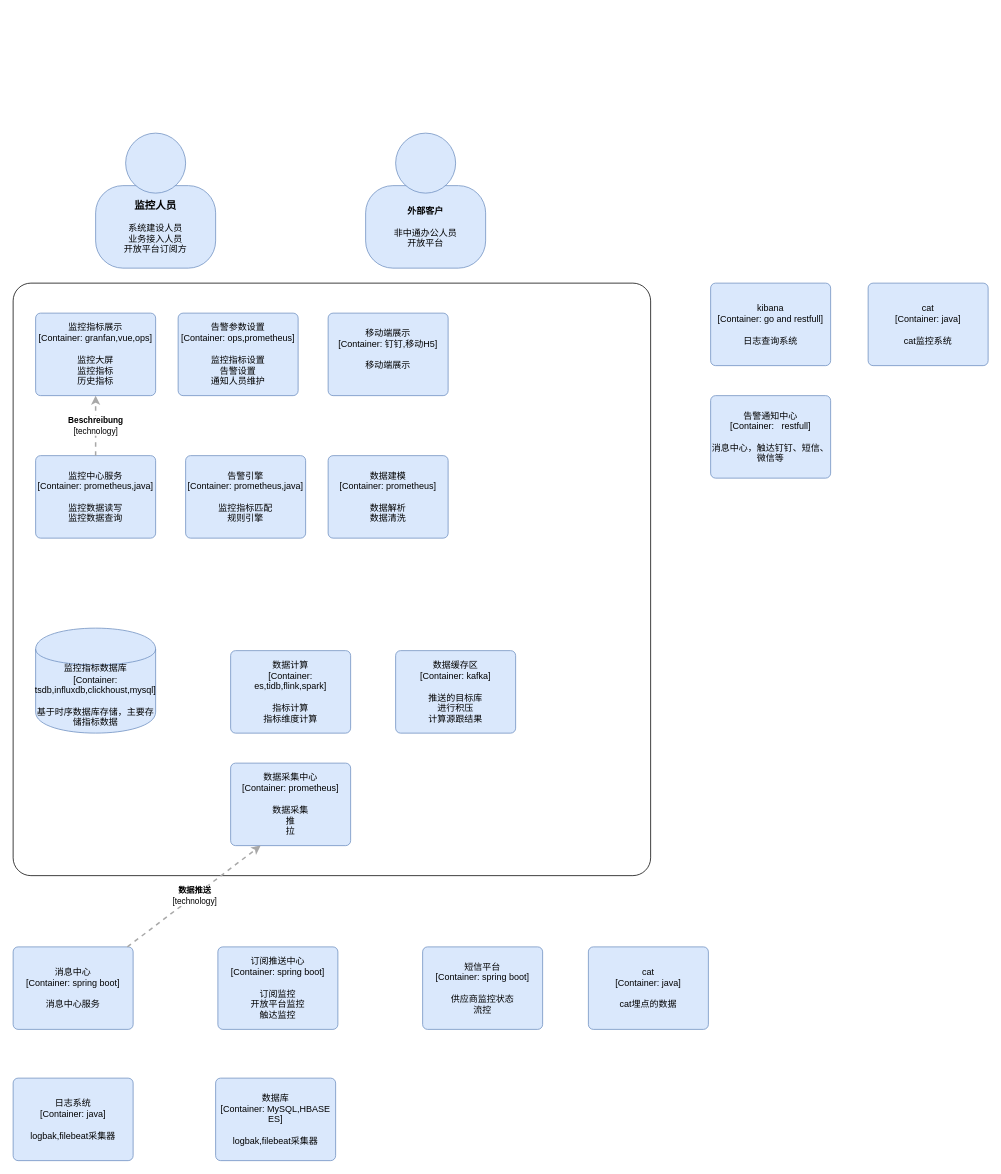
This is page "Page-1" (1 of 2) of Untitled Diagram.drawio from qq240996777/config_test, a draw.io file, before an edit. Source tidied: cells renumbered, new cells numbered last; positions are measured from the earlier drawing's top-left corner, leaving out a move shared by most shapes. Both pictures are drawn from the tidied source at 75%, with x=0, y=0 at pixel (13, 133).
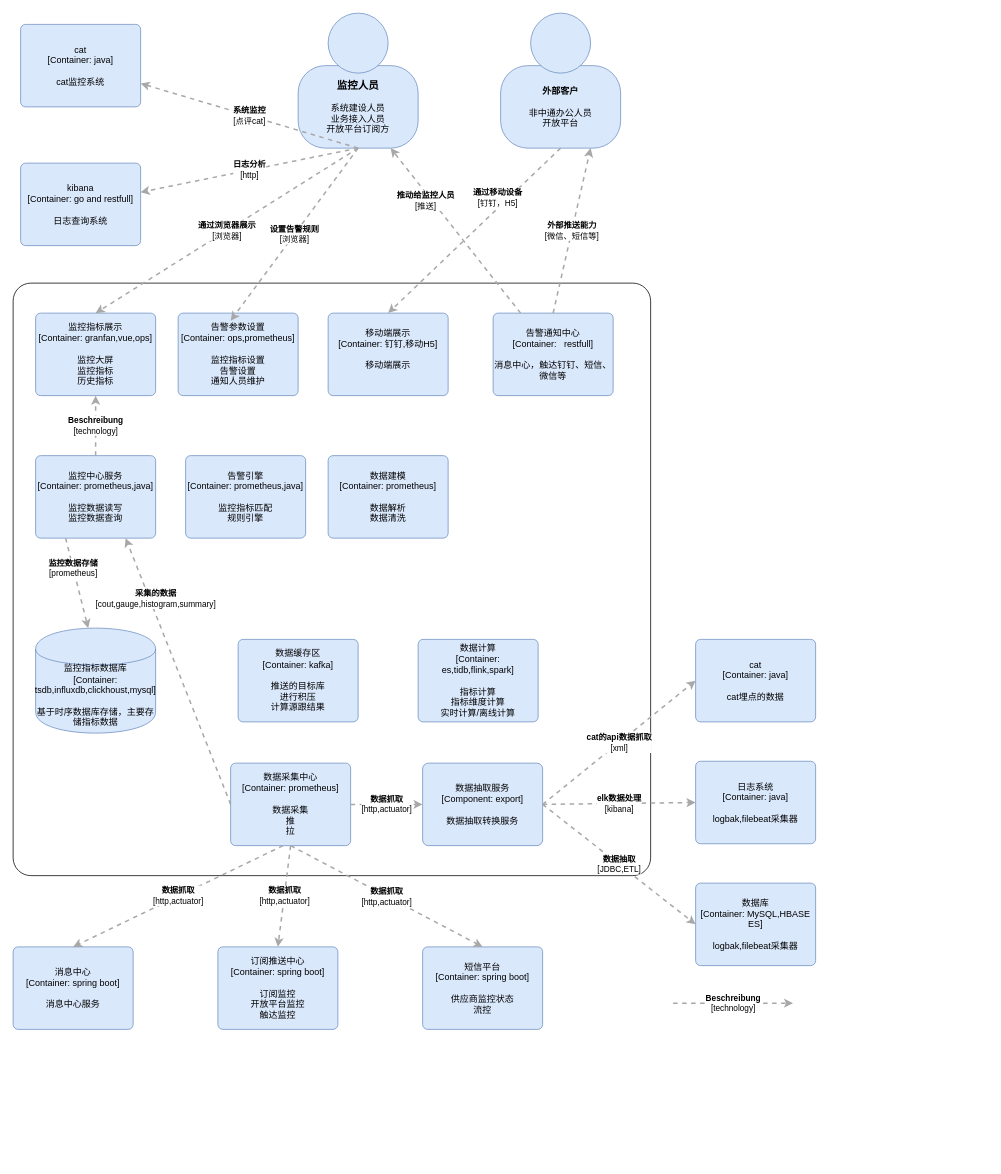
The same diagram, later.

The change refers to these unchanged cells:
```xml
<mxCell id="4" value="&lt;font style=&quot;font-size: 14px&quot;&gt;&lt;b&gt;监控人员&lt;/b&gt;&lt;/font&gt;&lt;br&gt;&lt;div&gt;&lt;br&gt;&lt;/div&gt;&lt;div&gt;系统建设人员&lt;/div&gt;&lt;div&gt;业务接入人员&lt;/div&gt;&lt;div&gt;开放平台订阅方&lt;/div&gt;" style="rounded=1;whiteSpace=wrap;html=1;labelBackgroundColor=none;fillColor=#dae8fc;fontColor=#000000;align=center;arcSize=33;strokeColor=#6c8ebf;" parent="3" vertex="1">
  <mxGeometry y="70" width="160" height="110" as="geometry" />
</mxCell>
<mxCell id="8" value="&lt;b&gt;外部客户&lt;/b&gt;&lt;br&gt;&lt;div&gt;&lt;br&gt;&lt;/div&gt;&lt;div&gt;非中通办公人员&lt;/div&gt;&lt;div&gt;开放平台&lt;/div&gt;" style="rounded=1;whiteSpace=wrap;html=1;labelBackgroundColor=none;fillColor=#dae8fc;fontColor=#000000;align=center;arcSize=33;strokeColor=#6c8ebf;" parent="7" vertex="1">
  <mxGeometry y="70" width="160" height="110" as="geometry" />
</mxCell>
<mxCell id="12" value="监控指标数据库&lt;br&gt;&lt;div&gt;[Container: tsdb,influxdb,clickhoust,mysql]&lt;/div&gt;&lt;div&gt;&lt;br&gt;&lt;/div&gt;&lt;div&gt;基于时序数据库存储，主要存储指标数据&lt;/div&gt;" style="shape=cylinder;whiteSpace=wrap;html=1;boundedLbl=1;rounded=0;labelBackgroundColor=none;fillColor=#dae8fc;fontSize=12;fontColor=#000000;align=center;strokeColor=#6c8ebf;" parent="1" vertex="1">
  <mxGeometry x="30" y="660" width="160" height="140" as="geometry" />
</mxCell>
<mxCell id="13" value="监控指标展示&lt;br&gt;&lt;div&gt;[Container: granfan,vue,ops&lt;span&gt;]&lt;/span&gt;&lt;/div&gt;&lt;div&gt;&lt;br&gt;&lt;/div&gt;&lt;div&gt;监控大屏&lt;/div&gt;&lt;div&gt;监控指标&lt;/div&gt;&lt;div&gt;&lt;span&gt;历史指标&lt;/span&gt;&lt;/div&gt;" style="rounded=1;whiteSpace=wrap;html=1;labelBackgroundColor=none;fillColor=#dae8fc;fontColor=#000000;align=center;arcSize=6;strokeColor=#6c8ebf;shadow=0;glass=0;comic=0;" parent="1" vertex="1">
  <mxGeometry x="30" y="240" width="160" height="110" as="geometry" />
</mxCell>
<mxCell id="14" value="告警参数设置&lt;br&gt;&lt;div&gt;[Container: ops,prometheus&lt;span&gt;]&lt;/span&gt;&lt;/div&gt;&lt;div&gt;&lt;br&gt;&lt;/div&gt;&lt;div&gt;监控指标设置&lt;/div&gt;&lt;div&gt;告警设置&lt;/div&gt;&lt;div&gt;通知人员维护&lt;/div&gt;" style="rounded=1;whiteSpace=wrap;html=1;labelBackgroundColor=none;fillColor=#dae8fc;fontColor=#000000;align=center;arcSize=6;strokeColor=#6c8ebf;shadow=0;glass=0;comic=0;" parent="1" vertex="1">
  <mxGeometry x="220" y="240" width="160" height="110" as="geometry" />
</mxCell>
<mxCell id="15" value="移动端展示&lt;br&gt;&lt;div&gt;[Container: 钉钉,移动H5&lt;span&gt;]&lt;/span&gt;&lt;/div&gt;&lt;div&gt;&lt;br&gt;&lt;/div&gt;&lt;div&gt;移动端展示&lt;/div&gt;&lt;div&gt;&lt;br&gt;&lt;/div&gt;" style="rounded=1;whiteSpace=wrap;html=1;labelBackgroundColor=none;fillColor=#dae8fc;fontColor=#000000;align=center;arcSize=6;strokeColor=#6c8ebf;shadow=0;glass=0;comic=0;" parent="1" vertex="1">
  <mxGeometry x="420" y="240" width="160" height="110" as="geometry" />
</mxCell>
<mxCell id="16" value="监控中心服务&lt;br&gt;&lt;div&gt;[Container: prometheus,java&lt;span&gt;]&lt;/span&gt;&lt;/div&gt;&lt;div&gt;&lt;br&gt;&lt;/div&gt;&lt;div&gt;监控数据读写&lt;/div&gt;&lt;div&gt;监控数据查询&lt;/div&gt;" style="rounded=1;whiteSpace=wrap;html=1;labelBackgroundColor=none;fillColor=#dae8fc;fontColor=#000000;align=center;arcSize=6;strokeColor=#6c8ebf;shadow=0;glass=0;comic=0;" parent="1" vertex="1">
  <mxGeometry x="30" y="430" width="160" height="110" as="geometry" />
</mxCell>
<mxCell id="20" value="数据采集中心&lt;br&gt;&lt;div&gt;[Container: prometheus&lt;span&gt;]&lt;/span&gt;&lt;/div&gt;&lt;div&gt;&lt;br&gt;&lt;/div&gt;&lt;div&gt;数据采集&lt;/div&gt;&lt;div&gt;推&lt;/div&gt;&lt;div&gt;拉&lt;/div&gt;" style="rounded=1;whiteSpace=wrap;html=1;labelBackgroundColor=none;fillColor=#dae8fc;fontColor=#000000;align=center;arcSize=6;strokeColor=#6c8ebf;shadow=0;glass=0;comic=0;" parent="1" vertex="1">
  <mxGeometry x="290" y="840" width="160" height="110" as="geometry" />
</mxCell>
<mxCell id="21" value="消息中心&lt;br&gt;&lt;div&gt;[Container: spring boot&lt;span&gt;]&lt;/span&gt;&lt;/div&gt;&lt;div&gt;&lt;br&gt;&lt;/div&gt;&lt;div&gt;消息中心服务&lt;/div&gt;" style="rounded=1;whiteSpace=wrap;html=1;labelBackgroundColor=none;fillColor=#dae8fc;fontColor=#000000;align=center;arcSize=6;strokeColor=#6c8ebf;" parent="1" vertex="1">
  <mxGeometry y="1085" width="160" height="110" as="geometry" />
</mxCell>
<mxCell id="22" value="订阅推送中心&lt;br&gt;&lt;div&gt;[Container: spring boot&lt;span&gt;]&lt;/span&gt;&lt;/div&gt;&lt;div&gt;&lt;br&gt;&lt;/div&gt;&lt;div&gt;订阅监控&lt;/div&gt;&lt;div&gt;开放平台监控&lt;/div&gt;&lt;div&gt;触达监控&lt;/div&gt;" style="rounded=1;whiteSpace=wrap;html=1;labelBackgroundColor=none;fillColor=#dae8fc;fontColor=#000000;align=center;arcSize=6;strokeColor=#6c8ebf;" parent="1" vertex="1">
  <mxGeometry x="273" y="1085" width="160" height="110" as="geometry" />
</mxCell>
<mxCell id="23" value="短信平台&lt;br&gt;&lt;div&gt;[Container: spring boot&lt;span&gt;]&lt;/span&gt;&lt;/div&gt;&lt;div&gt;&lt;br&gt;&lt;/div&gt;&lt;div&gt;供应商监控状态&lt;/div&gt;&lt;div&gt;流控&lt;/div&gt;" style="rounded=1;whiteSpace=wrap;html=1;labelBackgroundColor=none;fillColor=#dae8fc;fontColor=#000000;align=center;arcSize=6;strokeColor=#6c8ebf;" parent="1" vertex="1">
  <mxGeometry x="546" y="1085" width="160" height="110" as="geometry" />
</mxCell>
```

Change to the diagram source:
```diff
@@
     <mxCell id="3" style="group;rounded=0;labelBackgroundColor=none;fillColor=none;fontColor=#000000;align=center;html=1;" parent="1" vertex="1">
-      <mxGeometry x="110" width="160" height="180" as="geometry" />
+      <mxGeometry x="380" y="-160" width="160" height="180" as="geometry" />
     </mxCell>
@@
     <mxCell id="6" value="cat&lt;br&gt;&lt;div&gt;[Container: java&lt;span&gt;]&lt;/span&gt;&lt;/div&gt;&lt;div&gt;&lt;br&gt;&lt;/div&gt;&lt;div&gt;cat监控系统&lt;/div&gt;" style="rounded=1;whiteSpace=wrap;html=1;labelBackgroundColor=none;fillColor=#dae8fc;fontColor=#000000;align=center;arcSize=6;strokeColor=#6c8ebf;" parent="1" vertex="1">
-      <mxGeometry x="1140" y="200" width="160" height="110" as="geometry" />
+      <mxGeometry x="10" y="-145" width="160" height="110" as="geometry" />
     </mxCell>
-    <mxCell id="7" style="group;rounded=0;labelBackgroundColor=none;fillColor=none;fontColor=#000000;align=center;html=1;" parent="1" vertex="1">
-      <mxGeometry x="470" width="160" height="180" as="geometry" />
+    <mxCell id="7" style="group;rounded=0;labelBackgroundColor=none;align=center;html=1;" parent="1" vertex="1">
+      <mxGeometry x="650" y="-160" width="160" height="180" as="geometry" />
     </mxCell>
@@
     <mxCell id="10" value="kibana&lt;br&gt;&lt;div&gt;[Container: go and restfull&lt;span&gt;]&lt;/span&gt;&lt;/div&gt;&lt;div&gt;&lt;br&gt;&lt;/div&gt;&lt;div&gt;日志查询系统&lt;/div&gt;" style="rounded=1;whiteSpace=wrap;html=1;labelBackgroundColor=none;fillColor=#dae8fc;fontColor=#000000;align=center;arcSize=6;strokeColor=#6c8ebf;" parent="1" vertex="1">
-      <mxGeometry x="930" y="200" width="160" height="110" as="geometry" />
+      <mxGeometry x="10" y="40" width="160" height="110" as="geometry" />
     </mxCell>
     <mxCell id="11" value="告警通知中心&lt;br&gt;&lt;div&gt;[Container:&amp;nbsp; &amp;nbsp;restfull&lt;span&gt;]&lt;/span&gt;&lt;/div&gt;&lt;div&gt;&lt;br&gt;&lt;/div&gt;&lt;div&gt;消息中心，触达钉钉、短信、微信等&lt;/div&gt;" style="rounded=1;whiteSpace=wrap;html=1;labelBackgroundColor=none;fillColor=#dae8fc;fontColor=#000000;align=center;arcSize=6;strokeColor=#6c8ebf;" parent="1" vertex="1">
-      <mxGeometry x="930" y="350" width="160" height="110" as="geometry" />
+      <mxGeometry x="640" y="240" width="160" height="110" as="geometry" />
     </mxCell>
@@
-    <mxCell id="19" value="数据计算&lt;br&gt;&lt;div&gt;[Container: es,tidb,flink,spark&lt;span&gt;]&lt;/span&gt;&lt;/div&gt;&lt;div&gt;&lt;br&gt;&lt;/div&gt;&lt;div&gt;指标计算&lt;/div&gt;&lt;div&gt;指标维度计算&lt;/div&gt;" style="rounded=1;whiteSpace=wrap;html=1;labelBackgroundColor=none;fillColor=#dae8fc;fontColor=#000000;align=center;arcSize=6;strokeColor=#6c8ebf;shadow=0;glass=0;comic=0;" parent="1" vertex="1">
-      <mxGeometry x="290" y="690" width="160" height="110" as="geometry" />
+    <mxCell id="19" value="数据计算&lt;br&gt;&lt;div&gt;[Container: es,tidb,flink,spark&lt;span&gt;]&lt;/span&gt;&lt;/div&gt;&lt;div&gt;&lt;br&gt;&lt;/div&gt;&lt;div&gt;指标计算&lt;/div&gt;&lt;div&gt;指标维度计算&lt;/div&gt;&lt;div&gt;实时计算/离线计算&lt;/div&gt;" style="rounded=1;whiteSpace=wrap;html=1;labelBackgroundColor=none;fillColor=#dae8fc;fontColor=#000000;align=center;arcSize=6;strokeColor=#6c8ebf;shadow=0;glass=0;comic=0;" parent="1" vertex="1">
+      <mxGeometry x="540" y="675" width="160" height="110" as="geometry" />
     </mxCell>
@@
     <mxCell id="24" value="数据缓存区&lt;br&gt;&lt;div&gt;[Container: kafka&lt;span&gt;]&lt;/span&gt;&lt;/div&gt;&lt;div&gt;&lt;br&gt;&lt;/div&gt;&lt;div&gt;推送的目标库&lt;/div&gt;&lt;div&gt;进行积压&lt;/div&gt;&lt;div&gt;计算源跟结果&lt;/div&gt;" style="rounded=1;whiteSpace=wrap;html=1;labelBackgroundColor=none;fillColor=#dae8fc;fontColor=#000000;align=center;arcSize=6;strokeColor=#6c8ebf;" parent="1" vertex="1">
-      <mxGeometry x="510" y="690" width="160" height="110" as="geometry" />
+      <mxGeometry x="300" y="675" width="160" height="110" as="geometry" />
     </mxCell>
     <mxCell id="25" value="cat&lt;br&gt;&lt;div&gt;[Container: java&lt;span&gt;]&lt;/span&gt;&lt;/div&gt;&lt;div&gt;&lt;br&gt;&lt;/div&gt;&lt;div&gt;cat埋点的数据&lt;/div&gt;" style="rounded=1;whiteSpace=wrap;html=1;labelBackgroundColor=none;fillColor=#dae8fc;fontColor=#000000;align=center;arcSize=6;strokeColor=#6c8ebf;" parent="1" vertex="1">
-      <mxGeometry x="767" y="1085" width="160" height="110" as="geometry" />
+      <mxGeometry x="910" y="675" width="160" height="110" as="geometry" />
     </mxCell>
     <mxCell id="26" value="日志系统&lt;br&gt;&lt;div&gt;[Container: java&lt;span&gt;]&lt;/span&gt;&lt;/div&gt;&lt;div&gt;&lt;br&gt;&lt;/div&gt;&lt;div&gt;logbak,filebeat采集器&lt;/div&gt;" style="rounded=1;whiteSpace=wrap;html=1;labelBackgroundColor=none;fillColor=#dae8fc;fontColor=#000000;align=center;arcSize=6;strokeColor=#6c8ebf;" parent="1" vertex="1">
-      <mxGeometry y="1260" width="160" height="110" as="geometry" />
+      <mxGeometry x="910" y="837.5" width="160" height="110" as="geometry" />
     </mxCell>
-    <mxCell id="27" value="&lt;div style=&quot;text-align: left&quot;&gt;&lt;div style=&quot;text-align: center&quot;&gt;&lt;b&gt;数据推送&lt;/b&gt;&lt;/div&gt;&lt;div style=&quot;text-align: center&quot;&gt;[technology]&lt;/div&gt;&lt;/div&gt;" style="edgeStyle=none;rounded=0;html=1;entryX=0.25;entryY=1;jettySize=auto;strokeColor=#A8A8A8;strokeWidth=2;fontColor=#000000;jumpStyle=none;dashed=1;entryDx=0;entryDy=0;" parent="1" edge="1" source="21" target="20">
-      <mxGeometry relative="1" as="geometry" />
-    </mxCell>
@@
     <mxCell id="29" value="数据库&lt;br&gt;&lt;div&gt;[Container: MySQL,HBASE ES&lt;span&gt;]&lt;/span&gt;&lt;/div&gt;&lt;div&gt;&lt;br&gt;&lt;/div&gt;&lt;div&gt;logbak,filebeat采集器&lt;/div&gt;" style="rounded=1;whiteSpace=wrap;html=1;labelBackgroundColor=none;fillColor=#dae8fc;fontColor=#000000;align=center;arcSize=6;strokeColor=#6c8ebf;" parent="1" vertex="1">
-      <mxGeometry x="270" y="1260" width="160" height="110" as="geometry" />
+      <mxGeometry x="910" y="1000" width="160" height="110" as="geometry" />
     </mxCell>
+    <mxCell id="30" value="&lt;div style=&quot;text-align: left&quot;&gt;&lt;div style=&quot;text-align: center&quot;&gt;&lt;b&gt;通过浏览器展示&lt;/b&gt;&lt;/div&gt;&lt;div style=&quot;text-align: center&quot;&gt;[浏览器]&lt;/div&gt;&lt;/div&gt;" style="edgeStyle=none;rounded=0;html=1;jettySize=auto;strokeColor=#A8A8A8;strokeWidth=2;fontColor=#000000;jumpStyle=none;dashed=1;entryX=0.5;entryY=0;entryDx=0;entryDy=0;exitX=0.5;exitY=1;exitDx=0;exitDy=0;" parent="1" edge="1" source="4" target="13">
+      <mxGeometry relative="1" as="geometry" />
+    </mxCell>
+    <mxCell id="31" value="&lt;div style=&quot;text-align: left&quot;&gt;&lt;div style=&quot;text-align: center&quot;&gt;&lt;b&gt;设置告警规则&lt;/b&gt;&lt;/div&gt;&lt;div style=&quot;text-align: center&quot;&gt;[浏览器]&lt;/div&gt;&lt;/div&gt;" style="edgeStyle=none;rounded=0;html=1;jettySize=auto;strokeColor=#A8A8A8;strokeWidth=2;fontColor=#000000;jumpStyle=none;dashed=1;entryX=0.438;entryY=0.091;entryDx=0;entryDy=0;entryPerimeter=0;exitX=0.5;exitY=1;exitDx=0;exitDy=0;" parent="1" edge="1" source="4" target="14">
+      <mxGeometry relative="1" as="geometry" />
+    </mxCell>
+    <mxCell id="32" value="&lt;div style=&quot;text-align: left&quot;&gt;&lt;div style=&quot;text-align: center&quot;&gt;&lt;b&gt;系统监控&lt;/b&gt;&lt;/div&gt;&lt;div style=&quot;text-align: center&quot;&gt;[点评cat]&lt;/div&gt;&lt;/div&gt;" style="edgeStyle=none;rounded=0;html=1;jettySize=auto;strokeColor=#A8A8A8;strokeWidth=2;fontColor=#000000;jumpStyle=none;dashed=1;exitX=0.5;exitY=1;exitDx=0;exitDy=0;" parent="1" edge="1" source="4" target="6">
+      <mxGeometry relative="1" as="geometry" />
+    </mxCell>
+    <mxCell id="33" value="&lt;div style=&quot;text-align: left&quot;&gt;&lt;div style=&quot;text-align: center&quot;&gt;&lt;b&gt;日志分析&lt;/b&gt;&lt;/div&gt;&lt;div style=&quot;text-align: center&quot;&gt;[http]&lt;/div&gt;&lt;/div&gt;" style="edgeStyle=none;rounded=0;html=1;jettySize=auto;strokeColor=#A8A8A8;strokeWidth=2;fontColor=#000000;jumpStyle=none;dashed=1;exitX=0.5;exitY=1;exitDx=0;exitDy=0;" parent="1" edge="1" source="4" target="10">
+      <mxGeometry relative="1" as="geometry" />
+    </mxCell>
+    <mxCell id="34" value="&lt;div style=&quot;text-align: left&quot;&gt;&lt;div style=&quot;text-align: center&quot;&gt;&lt;b&gt;推动给监控人员&lt;/b&gt;&lt;/div&gt;&lt;div style=&quot;text-align: center&quot;&gt;[推送]&lt;/div&gt;&lt;/div&gt;" style="edgeStyle=none;rounded=0;html=1;jettySize=auto;strokeColor=#A8A8A8;strokeWidth=2;fontColor=#000000;jumpStyle=none;dashed=1;" parent="1" edge="1" source="11" target="4">
+      <mxGeometry x="0.4" y="7" relative="1" as="geometry" />
+    </mxCell>
+    <mxCell id="35" value="&lt;div style=&quot;text-align: left&quot;&gt;&lt;div style=&quot;text-align: center&quot;&gt;&lt;b&gt;通过移动设备&lt;/b&gt;&lt;/div&gt;&lt;div style=&quot;text-align: center&quot;&gt;[钉钉，H5]&lt;/div&gt;&lt;/div&gt;" style="edgeStyle=none;rounded=0;html=1;entryX=0.5;entryY=0;jettySize=auto;strokeColor=#A8A8A8;strokeWidth=2;fontColor=#000000;jumpStyle=none;dashed=1;exitX=0.5;exitY=1;exitDx=0;exitDy=0;entryDx=0;entryDy=0;" parent="1" edge="1" source="8" target="15">
+      <mxGeometry x="-0.33" y="-9" relative="1" as="geometry">
+        <mxPoint y="-1" as="offset" />
+      </mxGeometry>
+    </mxCell>
+    <mxCell id="36" value="&lt;div style=&quot;text-align: left&quot;&gt;&lt;div style=&quot;text-align: center&quot;&gt;&lt;b&gt;外部推送能力&lt;/b&gt;&lt;/div&gt;&lt;div style=&quot;text-align: center&quot;&gt;[微信、短信等]&lt;/div&gt;&lt;/div&gt;" style="edgeStyle=none;rounded=0;html=1;entryX=0.75;entryY=1;jettySize=auto;strokeColor=#A8A8A8;strokeWidth=2;fontColor=#000000;jumpStyle=none;dashed=1;exitX=0.5;exitY=0;exitDx=0;exitDy=0;entryDx=0;entryDy=0;" parent="1" edge="1" source="11" target="8">
+      <mxGeometry relative="1" as="geometry" />
+    </mxCell>
+    <mxCell id="37" value="&lt;div style=&quot;text-align: left&quot;&gt;&lt;div style=&quot;text-align: center&quot;&gt;&lt;b&gt;数据抓取&lt;/b&gt;&lt;/div&gt;&lt;div style=&quot;text-align: center&quot;&gt;[http,actuator]&lt;/div&gt;&lt;/div&gt;" style="edgeStyle=none;rounded=0;html=1;entryX=0.5;entryY=0;jettySize=auto;strokeColor=#A8A8A8;strokeWidth=2;fontColor=#000000;jumpStyle=none;dashed=1;entryDx=0;entryDy=0;" parent="1" edge="1" target="21">
+      <mxGeometry relative="1" as="geometry">
+        <mxPoint x="360" y="950" as="sourcePoint" />
+      </mxGeometry>
+    </mxCell>
+    <mxCell id="38" value="&lt;div style=&quot;text-align: left&quot;&gt;&lt;div style=&quot;text-align: center&quot;&gt;&lt;b&gt;数据抓取&lt;/b&gt;&lt;/div&gt;&lt;div style=&quot;text-align: center&quot;&gt;[http,actuator]&lt;/div&gt;&lt;/div&gt;" style="edgeStyle=none;rounded=0;html=1;entryX=0.5;entryY=0;jettySize=auto;strokeColor=#A8A8A8;strokeWidth=2;fontColor=#000000;jumpStyle=none;dashed=1;entryDx=0;entryDy=0;exitX=0.5;exitY=1;exitDx=0;exitDy=0;" parent="1" edge="1" source="20" target="22">
+      <mxGeometry relative="1" as="geometry" />
+    </mxCell>
+    <mxCell id="39" value="&lt;div style=&quot;text-align: left&quot;&gt;&lt;div style=&quot;text-align: center&quot;&gt;&lt;b&gt;数据抓取&lt;/b&gt;&lt;/div&gt;&lt;div style=&quot;text-align: center&quot;&gt;[http,actuator]&lt;/div&gt;&lt;/div&gt;" style="edgeStyle=none;rounded=0;html=1;entryX=0.5;entryY=0;jettySize=auto;strokeColor=#A8A8A8;strokeWidth=2;fontColor=#000000;jumpStyle=none;dashed=1;entryDx=0;entryDy=0;exitX=0.5;exitY=1;exitDx=0;exitDy=0;" parent="1" edge="1" source="20" target="23">
+      <mxGeometry relative="1" as="geometry" />
+    </mxCell>
+    <mxCell id="40" value="&lt;div style=&quot;text-align: left&quot;&gt;&lt;div style=&quot;text-align: center&quot;&gt;&lt;b&gt;Beschreibung&lt;/b&gt;&lt;/div&gt;&lt;div style=&quot;text-align: center&quot;&gt;[technology]&lt;/div&gt;&lt;/div&gt;" style="edgeStyle=none;rounded=0;html=1;entryX=0;entryY=0.5;jettySize=auto;orthogonalLoop=1;strokeColor=#A8A8A8;strokeWidth=2;fontColor=#000000;jumpStyle=none;dashed=1;" parent="1" edge="1">
+      <mxGeometry relative="1" as="geometry">
+        <mxPoint x="880" y="1160" as="sourcePoint" />
+        <mxPoint x="1040" y="1160" as="targetPoint" />
+      </mxGeometry>
+    </mxCell>
+    <mxCell id="41" value="数据抽取服务&lt;br&gt;&lt;div&gt;[Component: export&lt;span&gt;]&lt;/span&gt;&lt;/div&gt;&lt;div&gt;&lt;br&gt;&lt;/div&gt;&lt;div&gt;数据抽取转换服务&lt;/div&gt;" style="rounded=1;whiteSpace=wrap;html=1;labelBackgroundColor=none;fillColor=#dae8fc;fontColor=#000000;align=center;arcSize=7;strokeColor=#6c8ebf;" parent="1" vertex="1">
+      <mxGeometry x="546" y="840" width="160" height="110" as="geometry" />
+    </mxCell>
+    <mxCell id="42" value="&lt;div style=&quot;text-align: left&quot;&gt;&lt;div style=&quot;text-align: center&quot;&gt;&lt;b&gt;数据抓取&lt;/b&gt;&lt;/div&gt;&lt;div style=&quot;text-align: center&quot;&gt;[http,actuator]&lt;/div&gt;&lt;/div&gt;" style="edgeStyle=none;rounded=0;html=1;entryX=0;entryY=0.5;jettySize=auto;strokeColor=#A8A8A8;strokeWidth=2;fontColor=#000000;jumpStyle=none;dashed=1;entryDx=0;entryDy=0;exitX=1;exitY=0.5;exitDx=0;exitDy=0;" parent="1" edge="1" source="20" target="41">
+      <mxGeometry relative="1" as="geometry" />
+    </mxCell>
+    <mxCell id="43" value="&lt;div style=&quot;text-align: left&quot;&gt;&lt;div style=&quot;text-align: center&quot;&gt;&lt;b&gt;cat的api数据抓取&lt;/b&gt;&lt;/div&gt;&lt;div style=&quot;text-align: center&quot;&gt;[xml]&lt;/div&gt;&lt;/div&gt;" style="edgeStyle=none;rounded=0;html=1;entryX=0;entryY=0.5;jettySize=auto;strokeColor=#A8A8A8;strokeWidth=2;fontColor=#000000;jumpStyle=none;dashed=1;entryDx=0;entryDy=0;exitX=1;exitY=0.5;exitDx=0;exitDy=0;" parent="1" edge="1" source="41" target="25">
+      <mxGeometry relative="1" as="geometry" />
+    </mxCell>
+    <mxCell id="44" value="&lt;div style=&quot;text-align: left&quot;&gt;&lt;div style=&quot;text-align: center&quot;&gt;&lt;b&gt;elk数据处理&lt;/b&gt;&lt;/div&gt;&lt;div style=&quot;text-align: center&quot;&gt;[kibana]&lt;/div&gt;&lt;/div&gt;" style="edgeStyle=none;rounded=0;html=1;entryX=0;entryY=0.5;jettySize=auto;strokeColor=#A8A8A8;strokeWidth=2;fontColor=#000000;jumpStyle=none;dashed=1;entryDx=0;entryDy=0;exitX=1;exitY=0.5;exitDx=0;exitDy=0;" parent="1" edge="1" source="41" target="26">
+      <mxGeometry relative="1" as="geometry" />
+    </mxCell>
+    <mxCell id="45" value="&lt;div style=&quot;text-align: left&quot;&gt;&lt;div style=&quot;text-align: center&quot;&gt;&lt;b&gt;数据抽取&lt;/b&gt;&lt;/div&gt;&lt;div style=&quot;text-align: center&quot;&gt;[JDBC,ETL]&lt;/div&gt;&lt;/div&gt;" style="edgeStyle=none;rounded=0;html=1;entryX=0;entryY=0.5;jettySize=auto;strokeColor=#A8A8A8;strokeWidth=2;fontColor=#000000;jumpStyle=none;dashed=1;entryDx=0;entryDy=0;exitX=1;exitY=0.5;exitDx=0;exitDy=0;" parent="1" edge="1" source="41" target="29">
+      <mxGeometry relative="1" as="geometry" />
+    </mxCell>
+    <mxCell id="46" value="&lt;div style=&quot;text-align: left&quot;&gt;&lt;div style=&quot;text-align: center&quot;&gt;&lt;b&gt;采集的数据&lt;/b&gt;&lt;/div&gt;&lt;div style=&quot;text-align: center&quot;&gt;[cout,gauge,histogram,summary]&lt;/div&gt;&lt;/div&gt;" style="edgeStyle=none;rounded=0;html=1;jettySize=auto;strokeColor=#A8A8A8;strokeWidth=2;fontColor=#000000;jumpStyle=none;dashed=1;exitX=0;exitY=0.5;exitDx=0;exitDy=0;entryX=0.75;entryY=1;entryDx=0;entryDy=0;" parent="1" edge="1" source="20" target="16">
+      <mxGeometry x="0.53" y="-8" relative="1" as="geometry">
+        <mxPoint y="1" as="offset" />
+      </mxGeometry>
+    </mxCell>
+    <mxCell id="47" value="&lt;div style=&quot;text-align: left&quot;&gt;&lt;div style=&quot;text-align: center&quot;&gt;&lt;b&gt;监控数据存储&lt;/b&gt;&lt;/div&gt;&lt;div style=&quot;text-align: center&quot;&gt;[prometheus]&lt;/div&gt;&lt;/div&gt;" style="edgeStyle=none;rounded=0;html=1;entryX=0.438;entryY=0;jettySize=auto;strokeColor=#A8A8A8;strokeWidth=2;fontColor=#000000;jumpStyle=none;dashed=1;exitX=0.25;exitY=1;exitDx=0;exitDy=0;entryDx=0;entryDy=0;entryPerimeter=0;" parent="1" edge="1" source="16" target="12">
+      <mxGeometry x="-0.33" relative="1" as="geometry" />
+    </mxCell>
```
